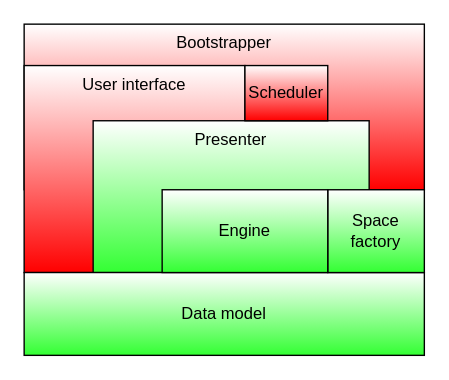
Earlier version of the draw.io diagram page "comile_time_dependencies" (4 of 6) of docs/diagrams.drawio (lbownik/star-drifter). Source tidied: cells renumbered, new cells numbered last; positions are measured from the earlier drawing's top-left corner, leaving out a move shared by most shapes. Both pictures are drawn from the tidied source at 138%, with x=0, y=0 at pixel (23, 23).
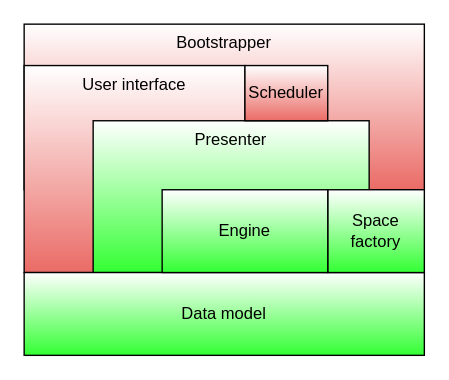
The same diagram, later.

The edit, as a diff of the source:
```diff
@@
 <mxGraphModel>
   <root>
     <mxCell id="0" />
     <mxCell id="1" parent="0" />
-    <mxCell id="2" value="Bootstrapper" style="rounded=0;whiteSpace=wrap;html=1;verticalAlign=top;gradientColor=#FF0000;" parent="1" vertex="1">
+    <mxCell id="2" value="Bootstrapper" style="rounded=0;whiteSpace=wrap;html=1;verticalAlign=top;gradientColor=#EA6B66;" parent="1" vertex="1">
       <mxGeometry width="290" height="120" as="geometry" />
     </mxCell>
-    <mxCell id="3" value="User interface" style="rounded=0;whiteSpace=wrap;html=1;verticalAlign=top;gradientColor=#FF0000;" parent="1" vertex="1">
+    <mxCell id="3" value="User interface" style="rounded=0;whiteSpace=wrap;html=1;verticalAlign=top;gradientColor=#EA6B66;" parent="1" vertex="1">
       <mxGeometry y="30" width="160" height="150" as="geometry" />
     </mxCell>
     <mxCell id="4" value="Presenter" style="rounded=0;whiteSpace=wrap;html=1;verticalAlign=top;gradientColor=#33FF33;" parent="1" vertex="1">
       <mxGeometry x="50" y="70" width="200" height="110" as="geometry" />
     </mxCell>
     <mxCell id="5" value="Data model" style="rounded=0;whiteSpace=wrap;html=1;gradientColor=#33FF33;" parent="1" vertex="1">
       <mxGeometry y="180" width="290" height="60" as="geometry" />
     </mxCell>
     <mxCell id="6" value="Space factory" style="rounded=0;whiteSpace=wrap;html=1;gradientColor=#33FF33;" parent="1" vertex="1">
       <mxGeometry x="220" y="120" width="70" height="60" as="geometry" />
     </mxCell>
     <mxCell id="7" value="Engine" style="rounded=0;whiteSpace=wrap;html=1;gradientColor=#33FF33;" parent="1" vertex="1">
       <mxGeometry x="100" y="120" width="120" height="60" as="geometry" />
     </mxCell>
-    <mxCell id="8" value="Scheduler" style="rounded=0;whiteSpace=wrap;html=1;gradientColor=#FF0000;" parent="1" vertex="1">
+    <mxCell id="8" value="Scheduler" style="rounded=0;whiteSpace=wrap;html=1;gradientColor=#EA6B66;" parent="1" vertex="1">
       <mxGeometry x="160" y="30" width="60" height="40" as="geometry" />
     </mxCell>
   </root>
 </mxGraphModel>
```
